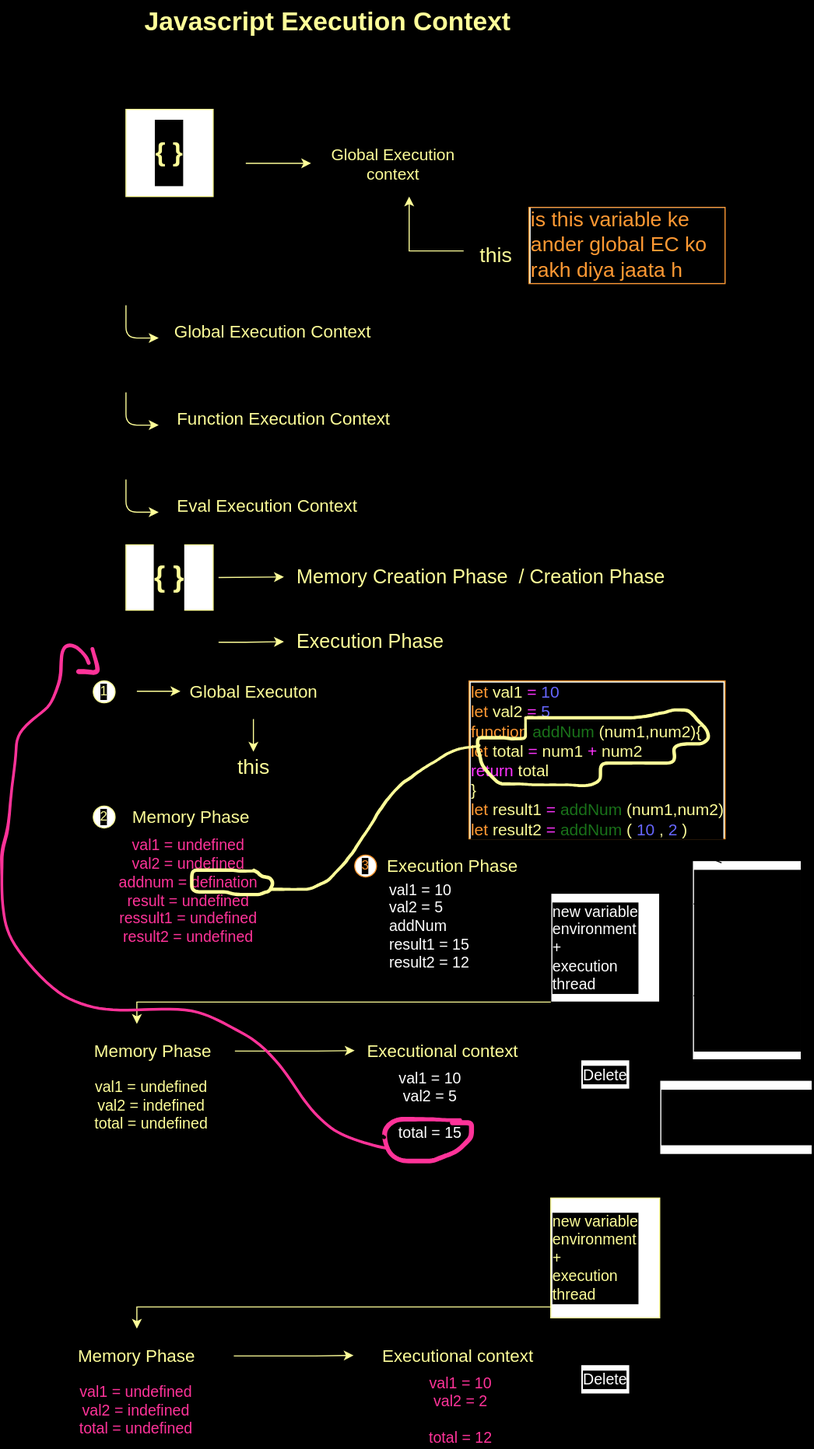
Raman919115/js-Hindi-Youtube keeps this draw.io diagram as 03_basics/05_call_stack.drawio.svg. Above is the earlier version. Source tidied: cells renumbered, new cells last; positions are measured from the earlier drawing's top-left corner, leaving out a move shared by most shapes.
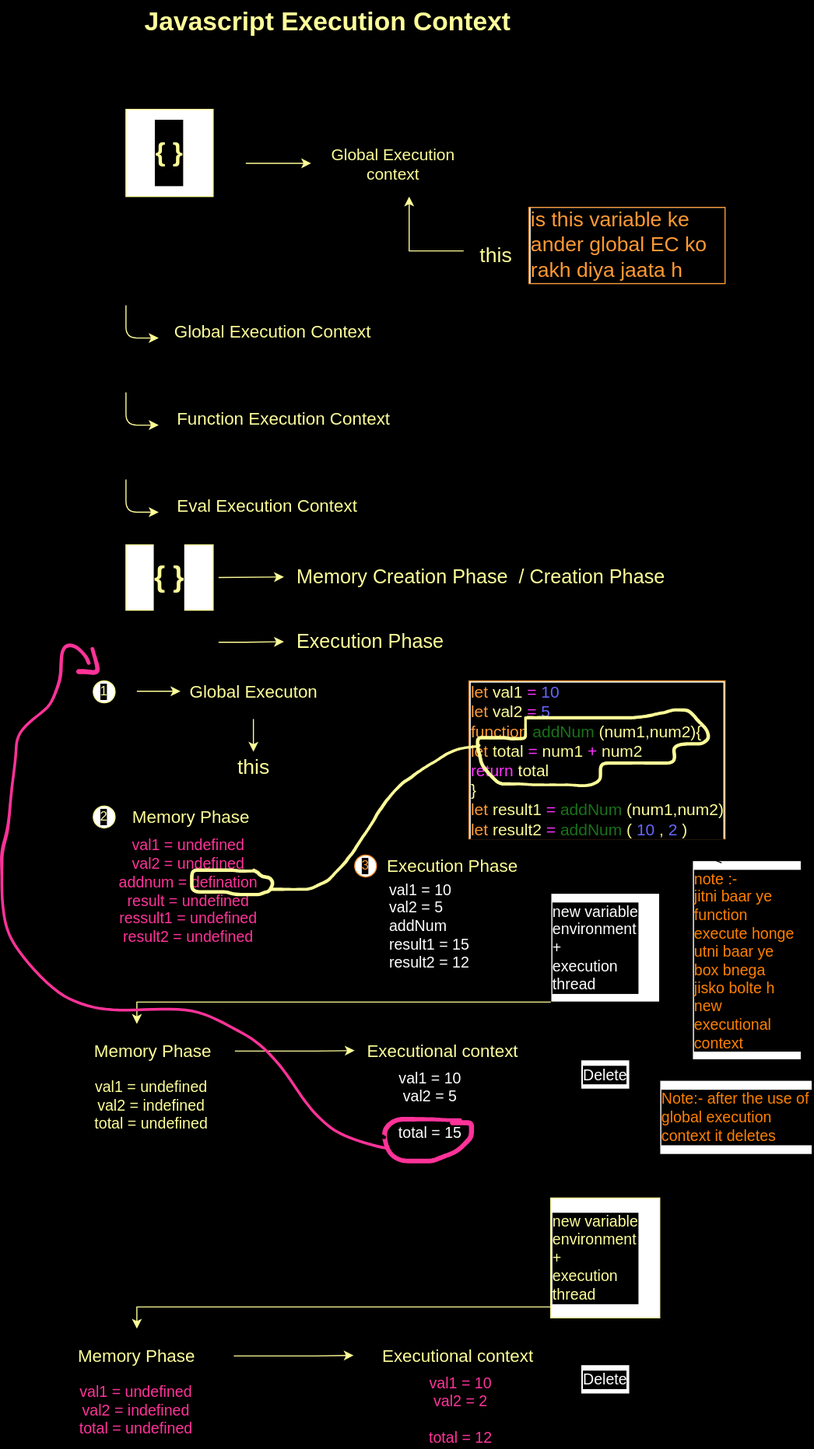
The same diagram one commit later.

The edit, as a diff of the source:
```diff
@@ -154,7 +154,7 @@
     <mxCell id="33" value="&lt;div style=&quot;&quot;&gt;&lt;span style=&quot;&quot;&gt;new variable&lt;/span&gt;&lt;/div&gt;environment&lt;br&gt;&amp;nbsp; &amp;nbsp; &amp;nbsp; &amp;nbsp; &amp;nbsp;+&lt;br&gt;execution&lt;br&gt;&amp;nbsp; &amp;nbsp; &amp;nbsp; &amp;nbsp; &amp;nbsp; &amp;nbsp; thread" style="whiteSpace=wrap;html=1;fontSize=14;align=left;fontColor=#FFFFFF;labelBackgroundColor=#000000;" parent="1" vertex="1">
       <mxGeometry x="505" y="820" width="100" height="100" as="geometry" />
     </mxCell>
-    <mxCell id="34" value="note :-&lt;br&gt;jitni baar ye function execute honge utni baar ye box bnega&lt;br&gt;jisko bolte h new executional&lt;br&gt;context&lt;br&gt;&lt;div style=&quot;&quot;&gt;&lt;/div&gt;" style="whiteSpace=wrap;html=1;fontSize=14;align=left;labelBackgroundColor=#000000;" parent="1" vertex="1">
+    <mxCell id="34" value="note :-&lt;br&gt;jitni baar ye function execute honge utni baar ye box bnega&lt;br&gt;jisko bolte h new executional&lt;br&gt;context&lt;br&gt;&lt;div style=&quot;&quot;&gt;&lt;/div&gt;" style="whiteSpace=wrap;html=1;fontSize=14;align=left;labelBackgroundColor=#000000;fontColor=#FF8000;" parent="1" vertex="1">
       <mxGeometry x="635" y="790" width="100" height="183" as="geometry" />
     </mxCell>
     <mxCell id="35" style="endArrow=classic;html=1;fontSize=18;fontColor=#FF9933;rounded=0;exitX=0.268;exitY=0.011;exitDx=0;exitDy=0;exitPerimeter=0;entryX=0.632;entryY=-0.011;entryDx=0;entryDy=0;entryPerimeter=0;labelBackgroundColor=#000000;" parent="1" edge="1" source="34" target="33">
@@ -227,7 +227,7 @@
     <mxCell id="47" style="shape=(stored shape, 984 characters);lineShape=1;strokeColor=#FF3399;labelBackgroundColor=#000000;" parent="1" vertex="1">
       <mxGeometry x="69.8" y="594.3" width="20.6" height="24.5" as="geometry" />
     </mxCell>
-    <mxCell id="48" value="Note:- after the use of global execution context it deletes&lt;div style=&quot;&quot;&gt;&lt;/div&gt;" style="whiteSpace=wrap;html=1;fontSize=14;align=left;labelBackgroundColor=#000000;" parent="1" vertex="1">
+    <mxCell id="48" value="Note:- after the use of global execution context it deletes&lt;div style=&quot;&quot;&gt;&lt;/div&gt;" style="whiteSpace=wrap;html=1;fontSize=14;align=left;labelBackgroundColor=#000000;fontColor=#FF8000;" parent="1" vertex="1">
       <mxGeometry x="605" y="991.8" width="140" height="68.2" as="geometry" />
     </mxCell>
     <mxCell id="49" value="&lt;div style=&quot;&quot;&gt;&lt;span style=&quot;&quot;&gt;new variable&lt;/span&gt;&lt;/div&gt;environment&lt;br&gt;&amp;nbsp; &amp;nbsp; &amp;nbsp; &amp;nbsp; &amp;nbsp;+&lt;br&gt;execution&lt;br&gt;&amp;nbsp; &amp;nbsp; &amp;nbsp; &amp;nbsp; &amp;nbsp; &amp;nbsp; thread" style="whiteSpace=wrap;html=1;fontSize=14;align=left;fontColor=#FFFF99;strokeColor=#FFFF99;labelBackgroundColor=#000000;" parent="1" vertex="1">
```
